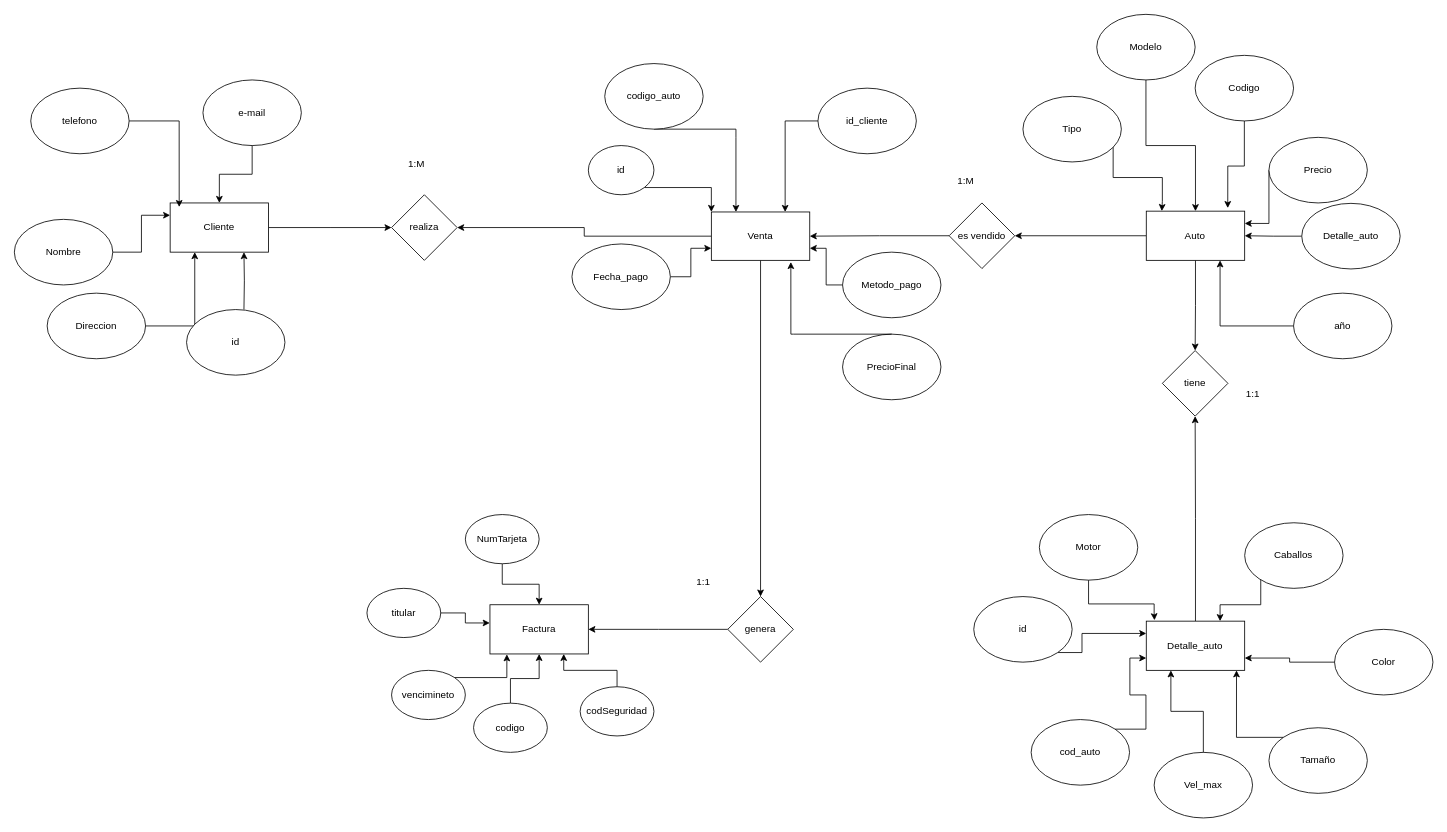
Earlier version of the draw.io diagram Concensionaria.drawio (Diego-Saenz/Proyecto-2). Source tidied: cells renumbered, new cells numbered last; positions are measured from the earlier drawing's top-left corner, leaving out a move shared by most shapes. Both pictures are drawn from the tidied source at 82%, with x=0, y=0 at pixel (14, 14).
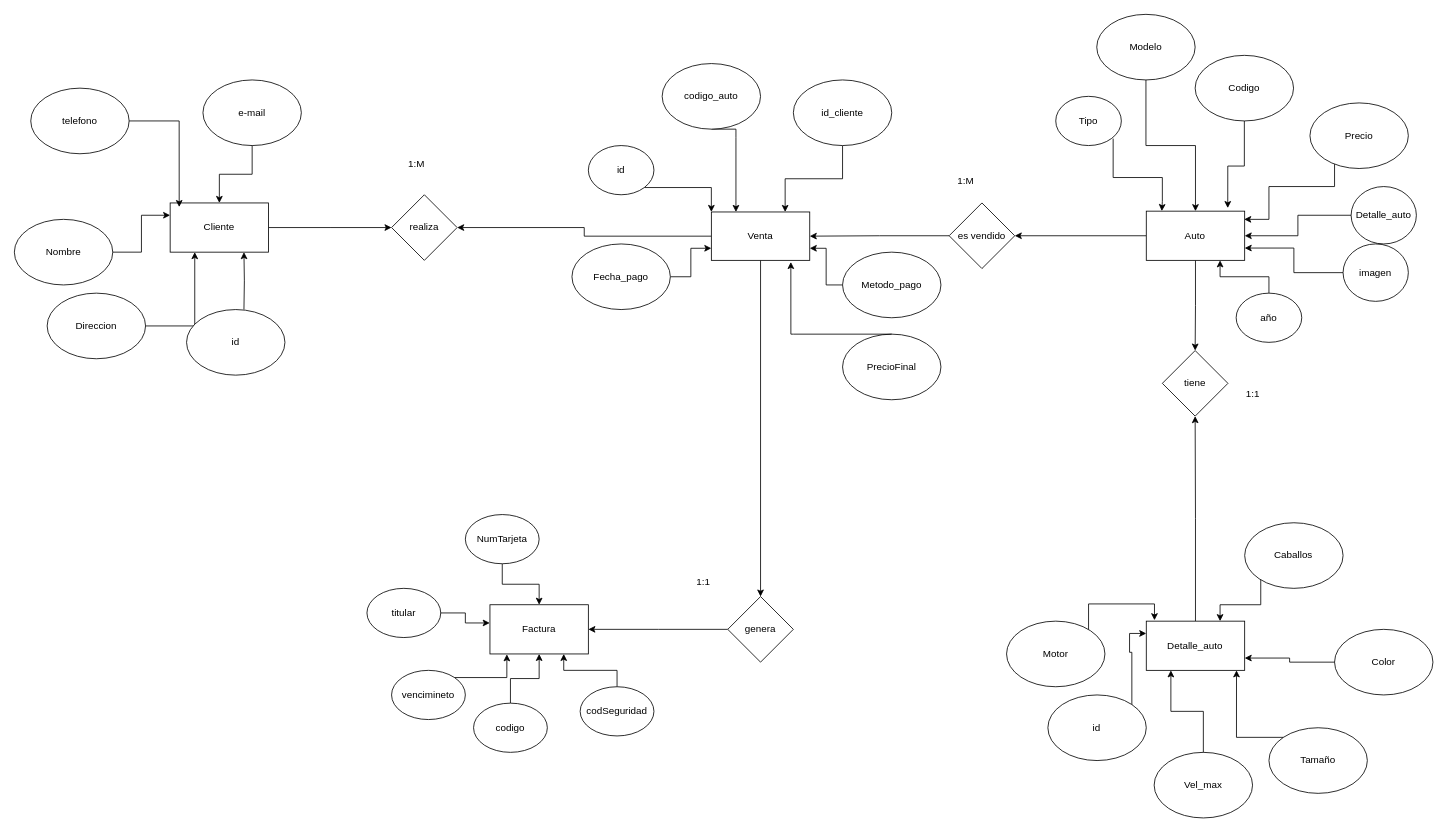
Above is the later version.

Unchanged cells that the change refers to:
```xml
<mxCell id="4" value="Auto" style="rounded=0;whiteSpace=wrap;html=1;" parent="1" vertex="1">
  <mxGeometry x="1380.4" y="240" width="120" height="60" as="geometry" />
</mxCell>
<mxCell id="30" value="Detalle_auto" style="whiteSpace=wrap;html=1;" parent="1" vertex="1">
  <mxGeometry x="1380.4" y="740" width="120" height="60" as="geometry" />
</mxCell>
```

Change to the diagram source:
```diff
@@
-    <mxCell id="17" style="edgeStyle=orthogonalEdgeStyle;rounded=0;jettySize=auto;html=1;entryX=1;entryY=0.25;entryDx=0;entryDy=0;" parent="1" edge="1" source="18" target="4">
+    <mxCell id="17" style="edgeStyle=orthogonalEdgeStyle;rounded=0;jettySize=auto;html=1;entryX=0.995;entryY=0.167;entryDx=0;entryDy=0;entryPerimeter=0;" parent="1" edge="1" source="18" target="4">
       <mxGeometry relative="1" as="geometry">
         <Array as="points">
           <mxPoint x="1610" y="210" />
           <mxPoint x="1530" y="210" />
-          <mxPoint x="1530" y="265" />
+          <mxPoint x="1530" y="250" />
         </Array>
       </mxGeometry>
     </mxCell>
     <mxCell id="18" value="Precio" style="ellipse;whiteSpace=wrap;html=1;" parent="1" vertex="1">
-      <mxGeometry x="1530" y="150" width="120" height="80" as="geometry" />
+      <mxGeometry x="1580" y="108" width="120" height="80" as="geometry" />
     </mxCell>
@@
-    <mxCell id="25" style="edgeStyle=orthogonalEdgeStyle;rounded=0;jettySize=auto;html=1;entryX=0.158;entryY=-0.002;entryDx=0;entryDy=0;entryPerimeter=0;" parent="1" edge="1" target="4">
+    <mxCell id="25" style="edgeStyle=orthogonalEdgeStyle;rounded=0;jettySize=auto;html=1;entryX=0.158;entryY=-0.002;entryDx=0;entryDy=0;entryPerimeter=0;exitX=0.875;exitY=0.859;exitDx=0;exitDy=0;exitPerimeter=0;" parent="1" edge="1" source="26" target="4">
       <mxGeometry relative="1" as="geometry">
-        <mxPoint x="1340" y="151.6" as="sourcePoint" />
         <Array as="points">
           <mxPoint x="1340" y="199" />
           <mxPoint x="1400" y="199" />
           <mxPoint x="1400" y="228" />
-          <mxPoint x="1399" y="228" />
         </Array>
       </mxGeometry>
     </mxCell>
     <mxCell id="26" value="Tipo" style="ellipse;whiteSpace=wrap;html=1;" parent="1" vertex="1">
-      <mxGeometry x="1230" y="100" width="120" height="80" as="geometry" />
+      <mxGeometry x="1270" y="100" width="80" height="60" as="geometry" />
     </mxCell>
@@
     <mxCell id="28" value="año" style="ellipse;whiteSpace=wrap;html=1;" parent="1" vertex="1">
-      <mxGeometry x="1560" y="340" width="120" height="80" as="geometry" />
+      <mxGeometry x="1490" y="340" width="80" height="60" as="geometry" />
     </mxCell>
@@
-    <mxCell id="31" style="edgeStyle=orthogonalEdgeStyle;rounded=0;orthogonalLoop=1;jettySize=auto;html=1;entryX=0.25;entryY=0;entryDx=0;entryDy=0;" parent="1" edge="1">
+    <mxCell id="31" style="edgeStyle=orthogonalEdgeStyle;rounded=0;jettySize=auto;html=1;entryX=0.25;entryY=0;entryDx=0;entryDy=0;" parent="1" edge="1" source="39">
       <mxGeometry relative="1" as="geometry">
-        <mxPoint x="1310" y="661.1" as="sourcePoint" />
         <mxPoint x="1390.4" y="738.9" as="targetPoint" />
         <Array as="points">
           <mxPoint x="1310" y="719" />
           <mxPoint x="1390" y="719" />
-          <mxPoint x="1390" y="730" />
-          <mxPoint x="1390" y="730" />
         </Array>
       </mxGeometry>
     </mxCell>
@@
     <mxCell id="39" value="Motor" style="ellipse;whiteSpace=wrap;html=1;" parent="1" vertex="1">
-      <mxGeometry x="1250" y="610" width="120" height="80" as="geometry" />
+      <mxGeometry x="1210" y="740" width="120" height="80" as="geometry" />
     </mxCell>
@@
     <mxCell id="43" value="id_cliente" style="ellipse;whiteSpace=wrap;html=1;" parent="1" vertex="1">
-      <mxGeometry x="980" y="90" width="120" height="80" as="geometry" />
+      <mxGeometry x="950" y="80" width="120" height="80" as="geometry" />
     </mxCell>
@@
     <mxCell id="45" value="codigo_auto" style="ellipse;whiteSpace=wrap;html=1;" parent="1" vertex="1">
-      <mxGeometry x="720" y="60" width="120" height="80" as="geometry" />
+      <mxGeometry x="790" y="60" width="120" height="80" as="geometry" />
     </mxCell>
@@
-    <mxCell id="49" value="cod_auto" style="ellipse;whiteSpace=wrap;html=1;" parent="1" vertex="1">
-      <mxGeometry x="1240" y="860" width="120" height="80" as="geometry" />
-    </mxCell>
-    <mxCell id="50" style="edgeStyle=orthogonalEdgeStyle;rounded=0;jettySize=auto;html=1;exitX=1;exitY=0;exitDx=0;exitDy=0;entryX=0;entryY=0.75;entryDx=0;entryDy=0;" parent="1" edge="1" source="49" target="30">
-      <mxGeometry relative="1" as="geometry" />
-    </mxCell>
@@
     <mxCell id="54" style="edgeStyle=orthogonalEdgeStyle;rounded=0;jettySize=auto;html=1;exitX=1;exitY=1;exitDx=0;exitDy=0;entryX=0;entryY=0.25;entryDx=0;entryDy=0;" parent="1" edge="1" source="55" target="30">
       <mxGeometry relative="1" as="geometry">
         <Array as="points">
-          <mxPoint x="1302" y="778" />
-          <mxPoint x="1302" y="755" />
+          <mxPoint x="1363" y="778" />
+          <mxPoint x="1360" y="778" />
+          <mxPoint x="1360" y="755" />
         </Array>
       </mxGeometry>
     </mxCell>
     <mxCell id="55" value="id" style="ellipse;whiteSpace=wrap;html=1;" parent="1" vertex="1">
-      <mxGeometry x="1170" y="710" width="120" height="80" as="geometry" />
+      <mxGeometry x="1260.4" y="830" width="120" height="80" as="geometry" />
     </mxCell>
@@
     <mxCell id="63" value="Detalle_auto" style="ellipse;whiteSpace=wrap;html=1;" parent="1" vertex="1">
-      <mxGeometry x="1570" y="230.5" width="120" height="80" as="geometry" />
+      <mxGeometry x="1630.2" y="210" width="79.6" height="70" as="geometry" />
     </mxCell>
@@
+    <mxCell id="81" style="edgeStyle=orthogonalEdgeStyle;rounded=0;jettySize=auto;html=1;entryX=1;entryY=0.75;entryDx=0;entryDy=0;" parent="1" edge="1" source="82" target="4">
+      <mxGeometry relative="1" as="geometry" />
+    </mxCell>
+    <mxCell id="82" value="imagen" style="ellipse;whiteSpace=wrap;html=1;" parent="1" vertex="1">
+      <mxGeometry x="1620.4" y="280" width="79.6" height="70" as="geometry" />
+    </mxCell>
```
